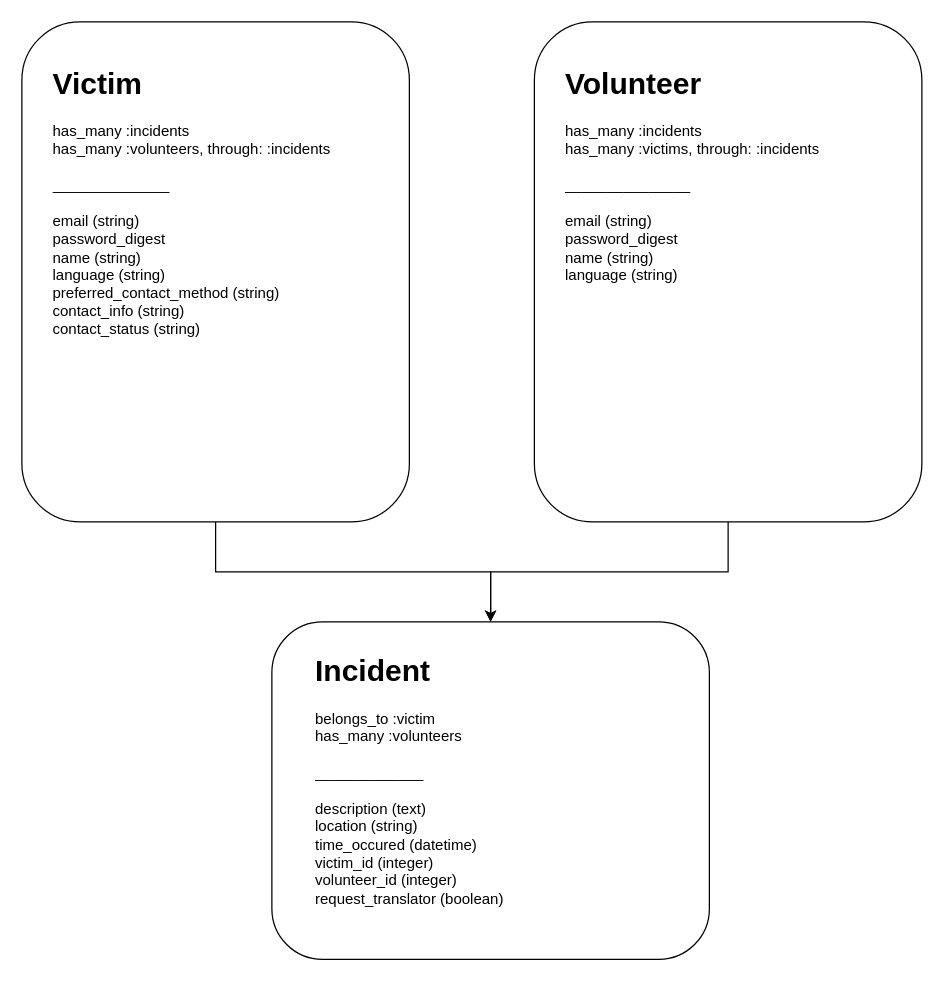
This is model_map.drawio from acasino/reporthate, a draw.io file, before an edit. Source tidied: cells renumbered, new cells numbered last; positions are measured from the earlier drawing's top-left corner, leaving out a move shared by most shapes. Both pictures are drawn from the tidied source at 125%, with x=0, y=0 at pixel (21, 21).
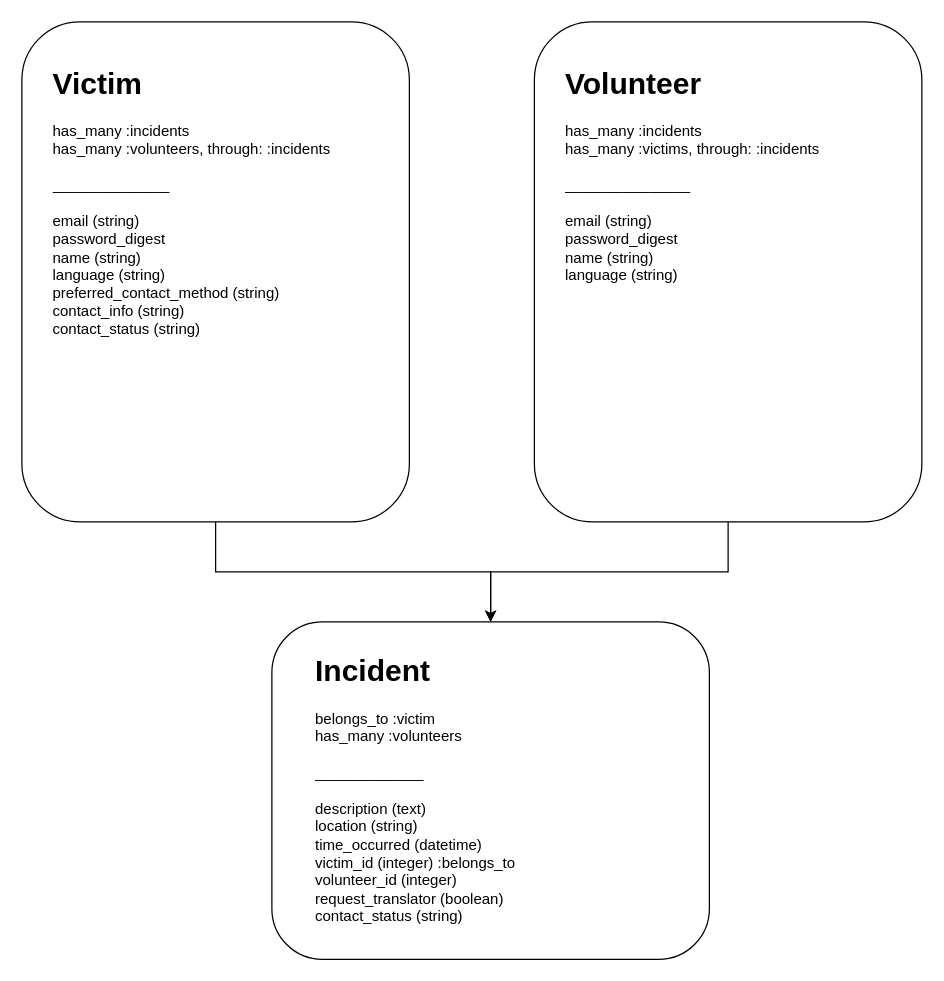
The same diagram, later.

Diff of the diagram source:
```diff
@@
 <mxGraphModel>
   <root>
     <mxCell id="0" />
     <mxCell id="1" parent="0" />
     <mxCell id="2" style="edgeStyle=orthogonalEdgeStyle;rounded=0;jettySize=auto;html=1;entryX=0.5;entryY=0;entryDx=0;entryDy=0;" parent="1" edge="1" source="3" target="4">
       <mxGeometry relative="1" as="geometry" />
     </mxCell>
     <mxCell id="3" style="rounded=1;whiteSpace=wrap;html=1;" parent="1" vertex="1">
       <mxGeometry width="310" height="400" as="geometry" />
     </mxCell>
     <mxCell id="4" style="rounded=1;whiteSpace=wrap;html=1;" parent="1" vertex="1">
       <mxGeometry x="200" y="480" width="350" height="270" as="geometry" />
     </mxCell>
     <mxCell id="5" style="edgeStyle=orthogonalEdgeStyle;rounded=0;jettySize=auto;html=1;entryX=0.5;entryY=0;entryDx=0;entryDy=0;" parent="1" edge="1" source="6" target="4">
       <mxGeometry relative="1" as="geometry" />
     </mxCell>
     <mxCell id="6" style="rounded=1;whiteSpace=wrap;html=1;" parent="1" vertex="1">
       <mxGeometry x="410" width="310" height="400" as="geometry" />
     </mxCell>
     <mxCell id="7" value="&lt;h1&gt;Victim&lt;/h1&gt;&lt;p&gt;has_many :incidents&lt;br&gt;has_many :volunteers, through: :incidents&lt;br&gt;&lt;br&gt;______________&lt;br&gt;&lt;br&gt;email (string)&lt;br&gt;password_digest&lt;br&gt;name (string)&lt;br&gt;language (string)&lt;br&gt;preferred_contact_method (string)&lt;br&gt;contact_info (string)&lt;br&gt;contact_status (string)&lt;/p&gt;" style="text;html=1;strokeColor=none;fillColor=none;spacing=5;spacingTop=-20;whiteSpace=wrap;overflow=hidden;rounded=0;" parent="1" vertex="1">
       <mxGeometry x="20" y="30" width="260" height="320" as="geometry" />
     </mxCell>
     <mxCell id="8" value="&lt;h1&gt;Volunteer&lt;/h1&gt;&lt;p&gt;has_many :incidents&lt;br&gt;has_many :victims, through: :incidents&lt;br&gt;&lt;br&gt;_______________&lt;br&gt;&lt;br&gt;email (string)&lt;br&gt;password_digest&lt;br&gt;name (string)&lt;br&gt;language (string)&lt;/p&gt;" style="text;html=1;strokeColor=none;fillColor=none;spacing=5;spacingTop=-20;whiteSpace=wrap;overflow=hidden;rounded=0;" parent="1" vertex="1">
       <mxGeometry x="430" y="30" width="270" height="320" as="geometry" />
     </mxCell>
-    <mxCell id="9" value="&lt;h1&gt;Incident&lt;/h1&gt;&lt;p&gt;belongs_to :victim&lt;br&gt;has_many :volunteers&lt;br&gt;&lt;br&gt;_____________&lt;br&gt;&lt;br&gt;description (text)&lt;br&gt;location (string)&lt;br&gt;time_occured (datetime)&lt;br&gt;victim_id (integer)&lt;br&gt;volunteer_id (integer)&lt;br&gt;request_translator (boolean)&lt;/p&gt;" style="text;html=1;strokeColor=none;fillColor=none;spacing=5;spacingTop=-20;whiteSpace=wrap;overflow=hidden;rounded=0;" parent="1" vertex="1">
+    <mxCell id="9" value="&lt;h1&gt;Incident&lt;/h1&gt;&lt;p&gt;belongs_to :victim&lt;br&gt;has_many :volunteers&lt;br&gt;&lt;br&gt;_____________&lt;br&gt;&lt;br&gt;description (text)&lt;br&gt;location (string)&lt;br&gt;time_occurred (datetime)&lt;br&gt;victim_id (integer) :belongs_to&lt;br&gt;volunteer_id (integer)&lt;br&gt;request_translator (boolean)&lt;br&gt;contact_status (string)&lt;/p&gt;" style="text;html=1;strokeColor=none;fillColor=none;spacing=5;spacingTop=-20;whiteSpace=wrap;overflow=hidden;rounded=0;" parent="1" vertex="1">
       <mxGeometry x="230" y="500" width="300" height="230" as="geometry" />
     </mxCell>
   </root>
 </mxGraphModel>
```
